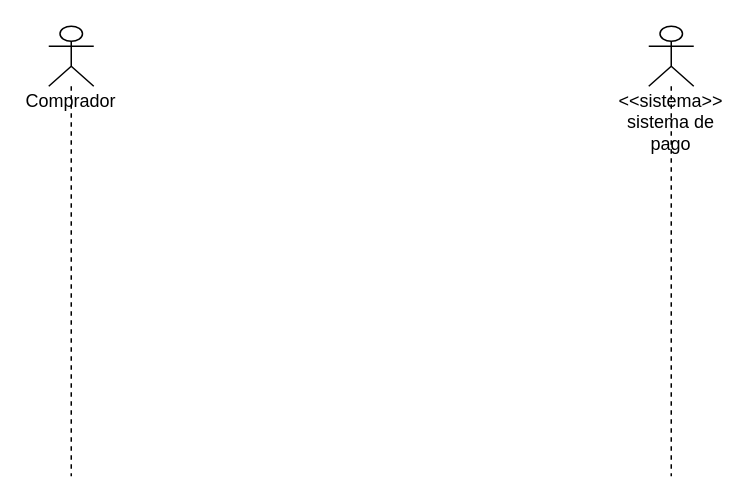
Before: lab5_2.drawio in AyobAsroutVargas/lab1, a draw.io diagram. Source tidied: cells renumbered, new cells numbered last; positions are measured from the earlier drawing's top-left corner, leaving out a move shared by most shapes. Both pictures are drawn from the tidied source at 150%, with x=0, y=0 at pixel (48, 26).
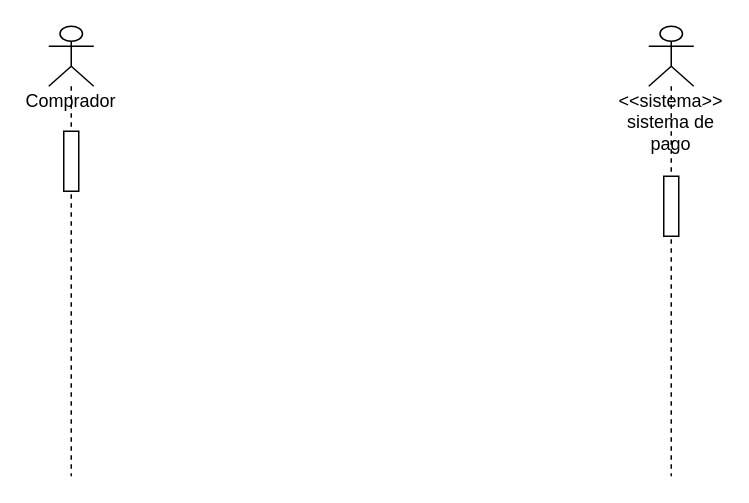
After the change.

What changed in the source:
```diff
@@
 <mxGraphModel background="#ffffff">
   <root>
     <mxCell id="0" />
     <mxCell id="1" parent="0" />
     <mxCell id="2" value="Comprador" style="shape=umlLifeline;participant=umlActor;perimeter=lifelinePerimeter;whiteSpace=wrap;html=1;verticalAlign=top;spacingTop=36;" parent="1" vertex="1">
       <mxGeometry width="30" height="300" as="geometry" />
     </mxCell>
+    <mxCell id="4" style="html=1;perimeter=orthogonalPerimeter;" parent="2" vertex="1">
+      <mxGeometry x="10" y="70" width="10" height="40" as="geometry" />
+    </mxCell>
     <mxCell id="3" value="&amp;lt;&amp;lt;sistema&amp;gt;&amp;gt;&lt;br&gt;sistema de pago" style="shape=umlLifeline;participant=umlActor;perimeter=lifelinePerimeter;whiteSpace=wrap;html=1;verticalAlign=top;spacingTop=36;" parent="1" vertex="1">
       <mxGeometry x="400" width="30" height="300" as="geometry" />
     </mxCell>
+    <mxCell id="5" style="html=1;perimeter=orthogonalPerimeter;" parent="3" vertex="1">
+      <mxGeometry x="10" y="100" width="10" height="40" as="geometry" />
+    </mxCell>
   </root>
 </mxGraphModel>
```
